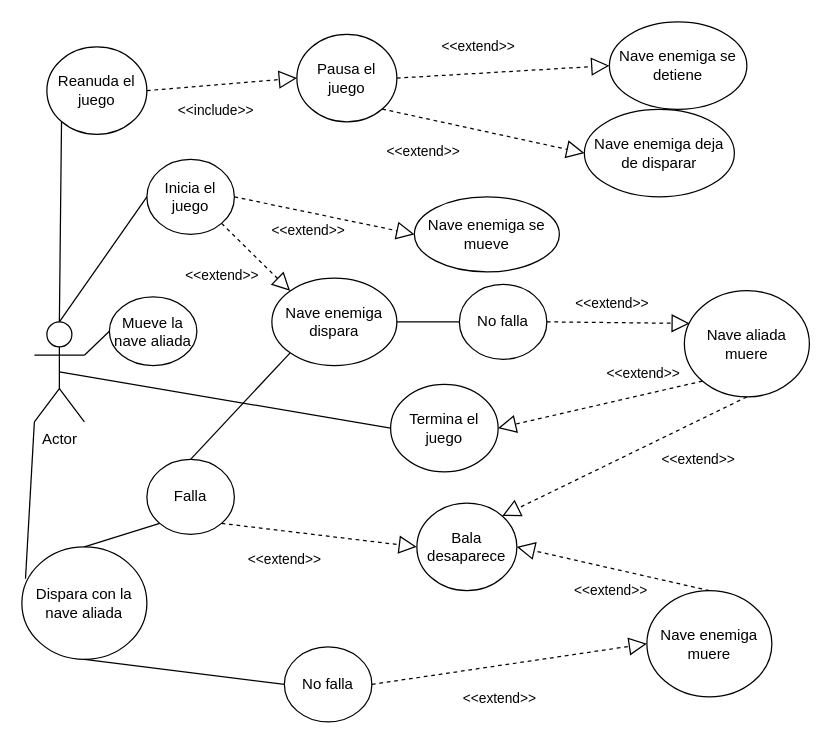
Above: Diagramas/Diagrama casos de uso Space invaders.drawio in FranBuenoBerlanga/SpaceInvadersSCRUM (draw.io), before the change. Source tidied: cells renumbered, new cells numbered last; positions are measured from the earlier drawing's top-left corner, leaving out a move shared by most shapes. Both pictures are drawn from the tidied source at 125%, with x=0, y=0 at pixel (21, 21).
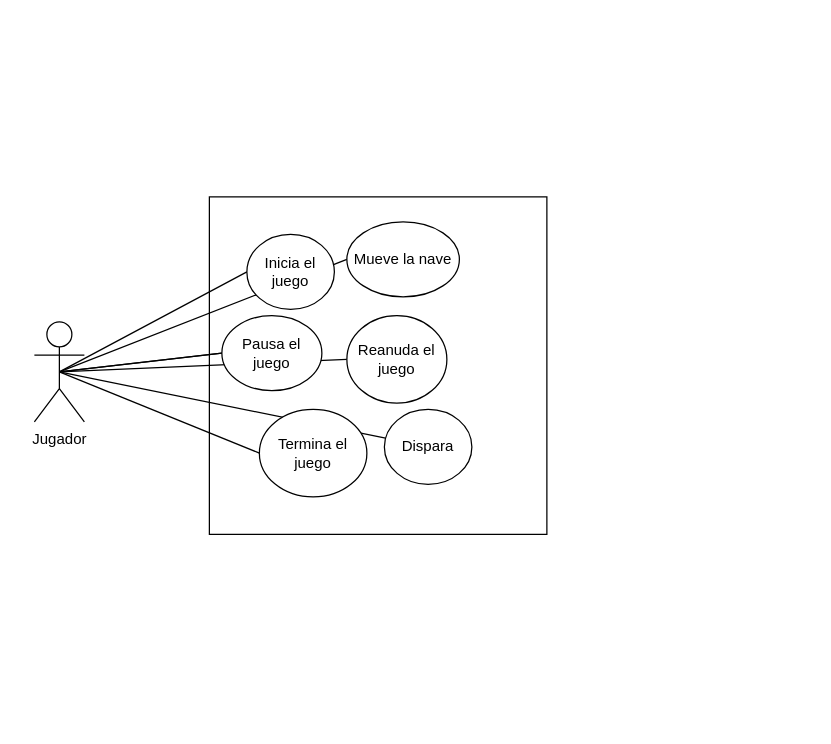
After the change.

Commit message:
Diagrama casos de uso Space invaders v2.drawio

What changed in the source:
```diff
@@
+    <mxCell id="50" style="whiteSpace=wrap;html=1;" parent="1" vertex="1">
+      <mxGeometry x="150" y="140" width="270" height="270" as="geometry" />
+    </mxCell>
+    <mxCell id="51" style="endArrow=none;html=1;rounded=0;entryX=0;entryY=0.5;entryDx=0;entryDy=0;exitX=0.5;exitY=0.5;exitDx=0;exitDy=0;exitPerimeter=0;" parent="1" edge="1" source="2" target="15">
+      <mxGeometry relative="1" as="geometry" />
+    </mxCell>
+    <mxCell id="14" style="endArrow=none;html=1;rounded=0;entryX=0;entryY=0.5;entryDx=0;entryDy=0;startArrow=none;exitX=0.5;exitY=0.5;exitDx=0;exitDy=0;exitPerimeter=0;" parent="1" edge="1" source="2" target="13">
+      <mxGeometry relative="1" as="geometry" />
+    </mxCell>
-    <mxCell id="2" value="Actor" style="shape=umlActor;verticalLabelPosition=bottom;verticalAlign=top;html=1;outlineConnect=0;" parent="1" vertex="1">
+    <mxCell id="2" value="Jugador" style="shape=umlActor;verticalLabelPosition=bottom;verticalAlign=top;html=1;outlineConnect=0;" parent="1" vertex="1">
       <mxGeometry x="10" y="240" width="40" height="80" as="geometry" />
     </mxCell>
-    <mxCell id="3" value="&lt;div&gt;Inicia el juego&lt;/div&gt;" style="ellipse;whiteSpace=wrap;html=1;" parent="1" vertex="1">
-      <mxGeometry x="100" y="110" width="70" height="60" as="geometry" />
-    </mxCell>
-    <mxCell id="4" value="Nave enemiga se mueve" style="ellipse;whiteSpace=wrap;html=1;" parent="1" vertex="1">
-      <mxGeometry x="314" y="140" width="116" height="60" as="geometry" />
-    </mxCell>
-    <mxCell id="5" value="Nave enemiga dispara" style="ellipse;whiteSpace=wrap;html=1;" parent="1" vertex="1">
-      <mxGeometry x="200" y="205" width="100" height="70" as="geometry" />
-    </mxCell>
-    <mxCell id="6" style="endArrow=none;html=1;rounded=0;entryX=0;entryY=0.5;entryDx=0;entryDy=0;" parent="1" edge="1" target="3">
-      <mxGeometry relative="1" as="geometry">
-        <mxPoint x="30" y="240" as="sourcePoint" />
-      </mxGeometry>
+    <mxCell id="6" style="endArrow=none;html=1;rounded=0;entryX=0;entryY=0.5;entryDx=0;entryDy=0;exitX=0.5;exitY=0.5;exitDx=0;exitDy=0;exitPerimeter=0;" parent="1" edge="1" source="2" target="3">
+      <mxGeometry relative="1" as="geometry" />
     </mxCell>
-    <mxCell id="7" style="endArrow=block;dashed=1;endFill=0;endSize=12;html=1;rounded=0;exitX=1;exitY=0.5;exitDx=0;exitDy=0;entryX=0;entryY=0.5;entryDx=0;entryDy=0;" parent="1" edge="1" source="3" target="4">
-      <mxGeometry relative="1" as="geometry" />
-    </mxCell>
-    <mxCell id="8" value="&amp;lt;&amp;lt;extend&amp;gt;&amp;gt;" style="edgeLabel;html=1;align=center;verticalAlign=middle;" parent="7" vertex="1">
-      <mxGeometry x="-0.29" y="-2" relative="1" as="geometry">
-        <mxPoint x="8" y="14" as="offset" />
-      </mxGeometry>
-    </mxCell>
-    <mxCell id="9" style="endArrow=block;dashed=1;endFill=0;endSize=12;html=1;rounded=0;entryX=0;entryY=0;entryDx=0;entryDy=0;exitX=1;exitY=1;exitDx=0;exitDy=0;" parent="1" edge="1" source="3" target="5">
-      <mxGeometry relative="1" as="geometry" />
-    </mxCell>
-    <mxCell id="10" value="&amp;lt;&amp;lt;extend&amp;gt;&amp;gt;" style="edgeLabel;html=1;align=center;verticalAlign=middle;" parent="9" vertex="1">
-      <mxGeometry x="-0.29" y="-2" relative="1" as="geometry">
-        <mxPoint x="-18" y="21" as="offset" />
-      </mxGeometry>
-    </mxCell>
-    <mxCell id="11" style="endArrow=none;html=1;rounded=0;exitX=1;exitY=0.3333333333333333;exitDx=0;exitDy=0;exitPerimeter=0;entryX=0;entryY=0.5;entryDx=0;entryDy=0;" parent="1" edge="1" source="2" target="12">
+    <mxCell id="11" style="endArrow=none;html=1;rounded=0;exitX=0.5;exitY=0.5;exitDx=0;exitDy=0;exitPerimeter=0;entryX=0;entryY=0.5;entryDx=0;entryDy=0;" parent="1" edge="1" source="2" target="12">
       <mxGeometry relative="1" as="geometry" />
     </mxCell>
-    <mxCell id="12" value="Mueve la nave aliada" style="ellipse;whiteSpace=wrap;html=1;" parent="1" vertex="1">
-      <mxGeometry x="70" y="220" width="70" height="55" as="geometry" />
+    <mxCell id="12" value="Mueve la nave " style="ellipse;whiteSpace=wrap;html=1;" parent="1" vertex="1">
+      <mxGeometry x="260" y="160" width="90" height="60" as="geometry" />
     </mxCell>
     <mxCell id="13" value="Reanuda el juego" style="ellipse;whiteSpace=wrap;html=1;" parent="1" vertex="1">
-      <mxGeometry x="20" y="20" width="80" height="70" as="geometry" />
+      <mxGeometry x="260" y="235" width="80" height="70" as="geometry" />
     </mxCell>
-    <mxCell id="14" style="endArrow=none;html=1;rounded=0;exitX=0.5;exitY=0;exitDx=0;exitDy=0;exitPerimeter=0;entryX=0;entryY=1;entryDx=0;entryDy=0;" parent="1" edge="1" source="2" target="13">
-      <mxGeometry relative="1" as="geometry" />
-    </mxCell>
-    <mxCell id="15" value="Pausa el juego" style="ellipse;whiteSpace=wrap;html=1;" parent="1" vertex="1">
-      <mxGeometry x="220" y="10" width="80" height="70" as="geometry" />
-    </mxCell>
-    <mxCell id="16" style="endArrow=block;dashed=1;endFill=0;endSize=12;html=1;rounded=0;exitX=1;exitY=0.5;exitDx=0;exitDy=0;entryX=0;entryY=0.5;entryDx=0;entryDy=0;" parent="1" edge="1" source="13" target="15">
-      <mxGeometry relative="1" as="geometry" />
-    </mxCell>
-    <mxCell id="17" value="&lt;div&gt;&amp;lt;&amp;lt;include&amp;gt;&amp;gt;&lt;/div&gt;" style="edgeLabel;html=1;align=center;verticalAlign=middle;" parent="16" vertex="1">
-      <mxGeometry x="-0.29" y="-2" relative="1" as="geometry">
-        <mxPoint x="11" y="17" as="offset" />
-      </mxGeometry>
-    </mxCell>
-    <mxCell id="18" style="endArrow=block;dashed=1;endFill=0;endSize=12;html=1;rounded=0;exitX=1;exitY=0.5;exitDx=0;exitDy=0;entryX=0;entryY=0.5;entryDx=0;entryDy=0;" parent="1" edge="1" source="15" target="20">
-      <mxGeometry relative="1" as="geometry" />
-    </mxCell>
-    <mxCell id="19" value="&amp;lt;&amp;lt;extend&amp;gt;&amp;gt;" style="edgeLabel;html=1;align=center;verticalAlign=middle;" parent="18" vertex="1">
-      <mxGeometry x="-0.29" y="-2" relative="1" as="geometry">
-        <mxPoint x="4" y="-24" as="offset" />
-      </mxGeometry>
-    </mxCell>
-    <mxCell id="20" value="Nave enemiga se detiene" style="ellipse;whiteSpace=wrap;html=1;" parent="1" vertex="1">
-      <mxGeometry x="470" width="110" height="70" as="geometry" />
-    </mxCell>
-    <mxCell id="21" value="Nave enemiga deja de disparar" style="ellipse;whiteSpace=wrap;html=1;" parent="1" vertex="1">
-      <mxGeometry x="450" y="70" width="120" height="70" as="geometry" />
-    </mxCell>
-    <mxCell id="22" style="endArrow=block;dashed=1;endFill=0;endSize=12;html=1;rounded=0;exitX=1;exitY=1;exitDx=0;exitDy=0;entryX=0;entryY=0.5;entryDx=0;entryDy=0;" parent="1" edge="1" source="15" target="21">
-      <mxGeometry relative="1" as="geometry" />
-    </mxCell>
-    <mxCell id="23" value="&amp;lt;&amp;lt;extend&amp;gt;&amp;gt;" style="edgeLabel;html=1;align=center;verticalAlign=middle;" parent="22" vertex="1">
-      <mxGeometry x="-0.29" y="-2" relative="1" as="geometry">
-        <mxPoint x="-25" y="19" as="offset" />
-      </mxGeometry>
-    </mxCell>
-    <mxCell id="24" value="&lt;div&gt;Dispara con la nave aliada&lt;br&gt;&lt;/div&gt;" style="ellipse;whiteSpace=wrap;html=1;" parent="1" vertex="1">
-      <mxGeometry y="420" width="100" height="90" as="geometry" />
+    <mxCell id="24" value="&lt;div&gt;Dispara &lt;br&gt;&lt;/div&gt;" style="ellipse;whiteSpace=wrap;html=1;" parent="1" vertex="1">
+      <mxGeometry x="290" y="310" width="70" height="60" as="geometry" />
     </mxCell>
-    <mxCell id="25" style="endArrow=none;html=1;rounded=0;entryX=0.029;entryY=0.283;entryDx=0;entryDy=0;exitX=0;exitY=1;exitDx=0;exitDy=0;exitPerimeter=0;entryPerimeter=0;" parent="1" edge="1" source="2" target="24">
+    <mxCell id="25" style="endArrow=none;html=1;rounded=0;exitX=0.5;exitY=0.5;exitDx=0;exitDy=0;exitPerimeter=0;" parent="1" edge="1" source="2" target="24">
       <mxGeometry relative="1" as="geometry" />
     </mxCell>
-    <mxCell id="26" value="Falla" style="ellipse;whiteSpace=wrap;html=1;" parent="1" vertex="1">
-      <mxGeometry x="100" y="350" width="70" height="60" as="geometry" />
-    </mxCell>
-    <mxCell id="27" style="endArrow=block;dashed=1;endFill=0;endSize=12;html=1;rounded=0;exitX=1;exitY=1;exitDx=0;exitDy=0;entryX=0;entryY=0.5;entryDx=0;entryDy=0;" parent="1" edge="1" source="26" target="29">
-      <mxGeometry relative="1" as="geometry" />
-    </mxCell>
-    <mxCell id="28" value="&amp;lt;&amp;lt;extend&amp;gt;&amp;gt;" style="edgeLabel;html=1;align=center;verticalAlign=middle;" parent="27" vertex="1">
-      <mxGeometry x="-0.29" y="-2" relative="1" as="geometry">
-        <mxPoint x="-6" y="20" as="offset" />
-      </mxGeometry>
-    </mxCell>
-    <mxCell id="29" value="Bala desaparece" style="ellipse;whiteSpace=wrap;html=1;" parent="1" vertex="1">
-      <mxGeometry x="316" y="385" width="80" height="70" as="geometry" />
-    </mxCell>
-    <mxCell id="30" style="endArrow=none;html=1;rounded=0;exitX=0;exitY=1;exitDx=0;exitDy=0;entryX=0.5;entryY=0;entryDx=0;entryDy=0;" parent="1" edge="1" source="26" target="24">
-      <mxGeometry relative="1" as="geometry" />
-    </mxCell>
-    <mxCell id="31" value="No falla" style="ellipse;whiteSpace=wrap;html=1;" parent="1" vertex="1">
-      <mxGeometry x="210" y="500" width="70" height="60" as="geometry" />
-    </mxCell>
-    <mxCell id="32" style="endArrow=none;html=1;rounded=0;entryX=0.5;entryY=0;entryDx=0;entryDy=0;exitX=0;exitY=1;exitDx=0;exitDy=0;" parent="1" edge="1" source="5" target="26">
-      <mxGeometry relative="1" as="geometry" />
-    </mxCell>
-    <mxCell id="33" value="No falla" style="ellipse;whiteSpace=wrap;html=1;" parent="1" vertex="1">
-      <mxGeometry x="350" y="210" width="70" height="60" as="geometry" />
-    </mxCell>
-    <mxCell id="34" style="endArrow=none;html=1;rounded=0;entryX=0.5;entryY=1;entryDx=0;entryDy=0;exitX=0;exitY=0.5;exitDx=0;exitDy=0;" parent="1" edge="1" source="31" target="24">
-      <mxGeometry relative="1" as="geometry" />
-    </mxCell>
-    <mxCell id="35" style="endArrow=none;html=1;rounded=0;entryX=1;entryY=0.5;entryDx=0;entryDy=0;exitX=0;exitY=0.5;exitDx=0;exitDy=0;" parent="1" edge="1" source="33" target="5">
-      <mxGeometry relative="1" as="geometry" />
-    </mxCell>
-    <mxCell id="36" value="Nave aliada muere" style="ellipse;whiteSpace=wrap;html=1;" parent="1" vertex="1">
-      <mxGeometry x="530" y="215" width="100" height="85" as="geometry" />
-    </mxCell>
     <mxCell id="37" value="Termina el juego" style="ellipse;whiteSpace=wrap;html=1;" parent="1" vertex="1">
-      <mxGeometry x="295" y="290" width="86" height="70" as="geometry" />
+      <mxGeometry x="190" y="310" width="86" height="70" as="geometry" />
     </mxCell>
@@
-    <mxCell id="39" style="endArrow=block;dashed=1;endFill=0;endSize=12;html=1;rounded=0;exitX=1;exitY=0.5;exitDx=0;exitDy=0;entryX=0.043;entryY=0.309;entryDx=0;entryDy=0;entryPerimeter=0;" parent="1" edge="1" source="33" target="36">
-      <mxGeometry relative="1" as="geometry" />
-    </mxCell>
-    <mxCell id="40" value="&amp;lt;&amp;lt;extend&amp;gt;&amp;gt;" style="edgeLabel;html=1;align=center;verticalAlign=middle;" parent="39" vertex="1">
-      <mxGeometry x="-0.29" y="-2" relative="1" as="geometry">
-        <mxPoint x="11" y="-18" as="offset" />
-      </mxGeometry>
-    </mxCell>
-    <mxCell id="41" style="endArrow=block;dashed=1;endFill=0;endSize=12;html=1;rounded=0;exitX=0;exitY=1;exitDx=0;exitDy=0;entryX=1;entryY=0.5;entryDx=0;entryDy=0;" parent="1" edge="1" source="36" target="37">
-      <mxGeometry relative="1" as="geometry" />
-    </mxCell>
-    <mxCell id="42" value="&amp;lt;&amp;lt;extend&amp;gt;&amp;gt;" style="edgeLabel;html=1;align=center;verticalAlign=middle;" parent="41" vertex="1">
-      <mxGeometry x="-0.29" y="-2" relative="1" as="geometry">
-        <mxPoint x="11" y="-18" as="offset" />
-      </mxGeometry>
-    </mxCell>
-    <mxCell id="43" value="Nave enemiga muere" style="ellipse;whiteSpace=wrap;html=1;" parent="1" vertex="1">
-      <mxGeometry x="500" y="455" width="100" height="85" as="geometry" />
-    </mxCell>
-    <mxCell id="44" style="endArrow=block;dashed=1;endFill=0;endSize=12;html=1;rounded=0;exitX=1;exitY=0.5;exitDx=0;exitDy=0;entryX=0;entryY=0.5;entryDx=0;entryDy=0;" parent="1" edge="1" source="31" target="43">
-      <mxGeometry relative="1" as="geometry" />
-    </mxCell>
-    <mxCell id="45" value="&amp;lt;&amp;lt;extend&amp;gt;&amp;gt;" style="edgeLabel;html=1;align=center;verticalAlign=middle;" parent="44" vertex="1">
-      <mxGeometry x="-0.29" y="-2" relative="1" as="geometry">
-        <mxPoint x="23" y="20" as="offset" />
-      </mxGeometry>
-    </mxCell>
-    <mxCell id="46" style="endArrow=block;dashed=1;endFill=0;endSize=12;html=1;rounded=0;exitX=0.5;exitY=1;exitDx=0;exitDy=0;entryX=1;entryY=0;entryDx=0;entryDy=0;" parent="1" edge="1" source="36" target="29">
-      <mxGeometry relative="1" as="geometry" />
-    </mxCell>
-    <mxCell id="47" value="&amp;lt;&amp;lt;extend&amp;gt;&amp;gt;" style="edgeLabel;html=1;align=center;verticalAlign=middle;" parent="46" vertex="1">
-      <mxGeometry x="-0.29" y="-2" relative="1" as="geometry">
-        <mxPoint x="31" y="18" as="offset" />
-      </mxGeometry>
-    </mxCell>
-    <mxCell id="48" style="endArrow=block;dashed=1;endFill=0;endSize=12;html=1;rounded=0;exitX=0.5;exitY=0;exitDx=0;exitDy=0;entryX=1;entryY=0.5;entryDx=0;entryDy=0;" parent="1" edge="1" source="43" target="29">
-      <mxGeometry relative="1" as="geometry" />
-    </mxCell>
-    <mxCell id="49" value="&amp;lt;&amp;lt;extend&amp;gt;&amp;gt;" style="edgeLabel;html=1;align=center;verticalAlign=middle;" parent="48" vertex="1">
-      <mxGeometry x="-0.29" y="-2" relative="1" as="geometry">
-        <mxPoint x="-25" y="14" as="offset" />
-      </mxGeometry>
-    </mxCell>
+    <mxCell id="15" value="Pausa el juego" style="ellipse;whiteSpace=wrap;html=1;" parent="1" vertex="1">
+      <mxGeometry x="160" y="235" width="80" height="60" as="geometry" />
+    </mxCell>
+    <mxCell id="52" style="endArrow=none;html=1;rounded=0;entryX=0;entryY=0.5;entryDx=0;entryDy=0;" parent="1" edge="1" target="15">
+      <mxGeometry relative="1" as="geometry">
+        <mxPoint x="30" y="280" as="sourcePoint" />
+      </mxGeometry>
+    </mxCell>
+    <mxCell id="53" style="edgeStyle=orthogonalEdgeStyle;rounded=0;orthogonalLoop=1;jettySize=auto;html=1;exitX=0.5;exitY=1;exitDx=0;exitDy=0;" parent="1" edge="1" source="37" target="37">
+      <mxGeometry relative="1" as="geometry" />
+    </mxCell>
+    <mxCell id="3" value="&lt;div&gt;Inicia el juego&lt;/div&gt;" style="ellipse;whiteSpace=wrap;html=1;" parent="1" vertex="1">
+      <mxGeometry x="180" y="170" width="70" height="60" as="geometry" />
+    </mxCell>
```
